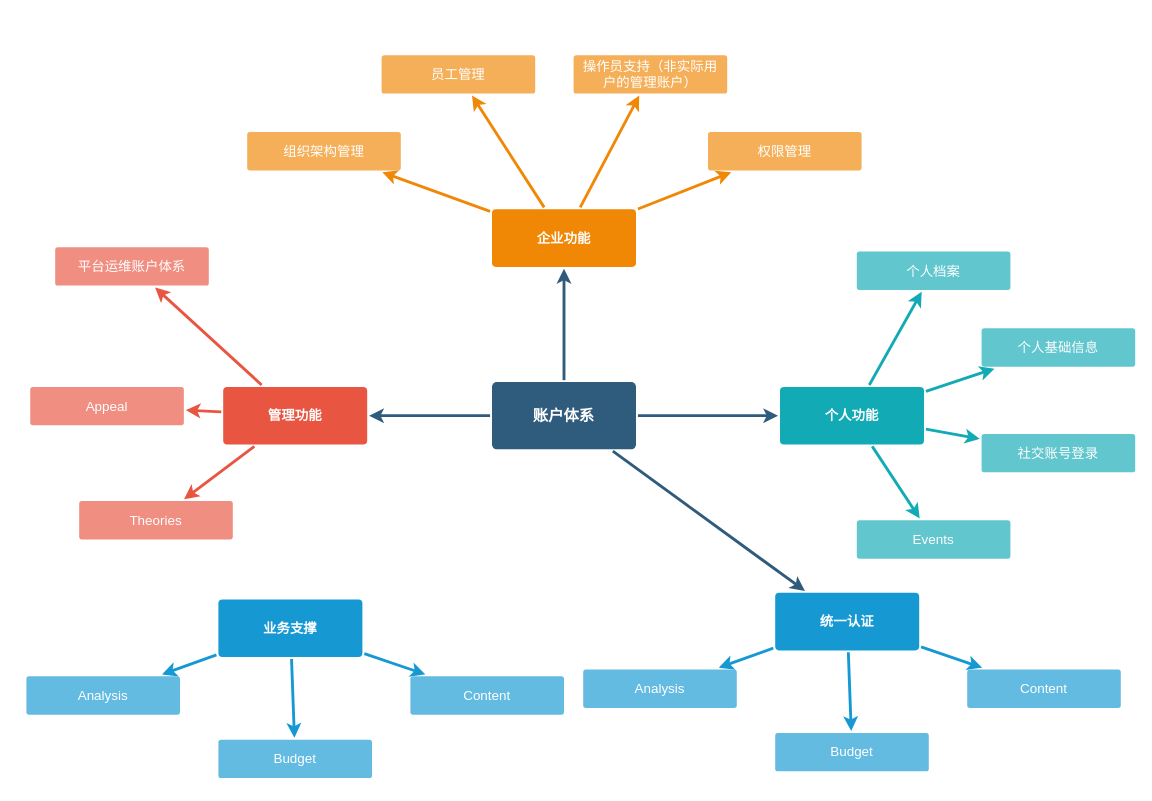
scalable-t/requirement keeps this draw.io diagram as page "整体需求map" (1 of 2) of account/diagram.drawio. Above is the earlier version. Source tidied: cells renumbered, new cells numbered last; positions are measured from the earlier drawing's top-left corner, leaving out a move shared by most shapes. Both pictures are drawn from the tidied source at 96%, with x=0, y=0 at pixel (26, 55).
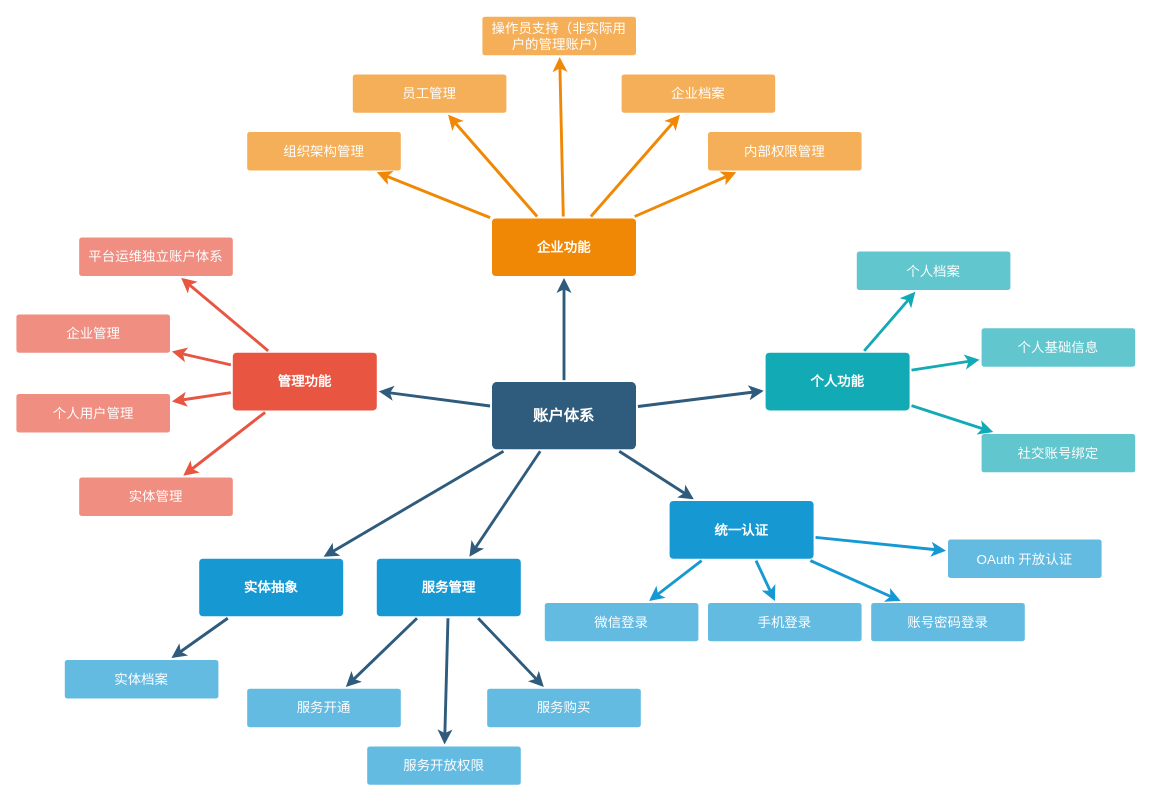
Above is the later version.

Commit message:
完善这个图

Unchanged cells that the change refers to:
```xml
<mxCell id="6" value="账户体系" style="rounded=1;whiteSpace=wrap;html=1;shadow=0;labelBackgroundColor=none;strokeColor=none;strokeWidth=3;fillColor=#2F5B7C;fontFamily=Helvetica;fontSize=16;fontColor=#FFFFFF;align=center;fontStyle=1;spacing=5;arcSize=7;perimeterSpacing=2;" parent="1" vertex="1">
  <mxGeometry x="485" y="340.5" width="150" height="70" as="geometry" />
</mxCell>
```

Change to the diagram source:
```diff
@@
     <mxCell id="10" value="管理功能" style="rounded=1;whiteSpace=wrap;html=1;shadow=0;labelBackgroundColor=none;strokeColor=none;strokeWidth=3;fillColor=#e85642;fontFamily=Helvetica;fontSize=14;fontColor=#FFFFFF;align=center;spacing=5;fontStyle=1;arcSize=7;perimeterSpacing=2;" parent="1" vertex="1">
-      <mxGeometry x="205" y="345.5" width="150" height="60" as="geometry" />
+      <mxGeometry x="215" y="310" width="150" height="60" as="geometry" />
     </mxCell>
-    <mxCell id="11" value="Theories" style="rounded=1;whiteSpace=wrap;html=1;shadow=0;labelBackgroundColor=none;strokeColor=none;strokeWidth=3;fillColor=#f08e81;fontFamily=Helvetica;fontSize=14;fontColor=#FFFFFF;align=center;spacing=5;fontStyle=0;arcSize=7;perimeterSpacing=2;" parent="1" vertex="1">
-      <mxGeometry x="55" y="464.5" width="160" height="40" as="geometry" />
+    <mxCell id="11" value="实体管理" style="rounded=1;whiteSpace=wrap;html=1;shadow=0;labelBackgroundColor=none;strokeColor=none;strokeWidth=3;fillColor=#f08e81;fontFamily=Helvetica;fontSize=14;fontColor=#FFFFFF;align=center;spacing=5;fontStyle=0;arcSize=7;perimeterSpacing=2;" parent="1" vertex="1">
+      <mxGeometry x="55" y="440" width="160" height="40" as="geometry" />
     </mxCell>
-    <mxCell id="12" value="Appeal" style="rounded=1;whiteSpace=wrap;html=1;shadow=0;labelBackgroundColor=none;strokeColor=none;strokeWidth=3;fillColor=#f08e81;fontFamily=Helvetica;fontSize=14;fontColor=#FFFFFF;align=center;spacing=5;fontStyle=0;arcSize=7;perimeterSpacing=2;" parent="1" vertex="1">
-      <mxGeometry x="4" y="345.5" width="160" height="40" as="geometry" />
+    <mxCell id="12" value="企业管理" style="rounded=1;whiteSpace=wrap;html=1;shadow=0;labelBackgroundColor=none;strokeColor=none;strokeWidth=3;fillColor=#f08e81;fontFamily=Helvetica;fontSize=14;fontColor=#FFFFFF;align=center;spacing=5;fontStyle=0;arcSize=7;perimeterSpacing=2;" parent="1" vertex="1">
+      <mxGeometry x="-10.4" y="270" width="160" height="40" as="geometry" />
     </mxCell>
-    <mxCell id="13" value="平台运维账户体系" style="rounded=1;whiteSpace=wrap;html=1;shadow=0;labelBackgroundColor=none;strokeColor=none;strokeWidth=3;fillColor=#f08e81;fontFamily=Helvetica;fontSize=14;fontColor=#FFFFFF;align=center;spacing=5;fontStyle=0;arcSize=7;perimeterSpacing=2;" parent="1" vertex="1">
-      <mxGeometry x="30" y="200" width="160" height="40" as="geometry" />
+    <mxCell id="13" value="平台运维独立账户体系" style="rounded=1;whiteSpace=wrap;html=1;shadow=0;labelBackgroundColor=none;strokeColor=none;strokeWidth=3;fillColor=#f08e81;fontFamily=Helvetica;fontSize=14;fontColor=#FFFFFF;align=center;spacing=5;fontStyle=0;arcSize=7;perimeterSpacing=2;" parent="1" vertex="1">
+      <mxGeometry x="55" y="190" width="160" height="40" as="geometry" />
     </mxCell>
@@
     <mxCell id="17" value="统一认证" style="rounded=1;whiteSpace=wrap;html=1;shadow=0;labelBackgroundColor=none;strokeColor=none;strokeWidth=3;fillColor=#1699d3;fontFamily=Helvetica;fontSize=14;fontColor=#FFFFFF;align=center;spacing=5;fontStyle=1;arcSize=7;perimeterSpacing=2;" parent="1" vertex="1">
-      <mxGeometry x="780" y="560" width="150" height="60" as="geometry" />
+      <mxGeometry x="670" y="464.5" width="150" height="60" as="geometry" />
     </mxCell>
-    <mxCell id="18" value="Content" style="rounded=1;whiteSpace=wrap;html=1;shadow=0;labelBackgroundColor=none;strokeColor=none;strokeWidth=3;fillColor=#64bbe2;fontFamily=Helvetica;fontSize=14;fontColor=#FFFFFF;align=center;spacing=5;arcSize=7;perimeterSpacing=2;" parent="1" vertex="1">
-      <mxGeometry x="980" y="640" width="160" height="40" as="geometry" />
+    <mxCell id="18" value="账号密码登录" style="rounded=1;whiteSpace=wrap;html=1;shadow=0;labelBackgroundColor=none;strokeColor=none;strokeWidth=3;fillColor=#64bbe2;fontFamily=Helvetica;fontSize=14;fontColor=#FFFFFF;align=center;spacing=5;arcSize=7;perimeterSpacing=2;" parent="1" vertex="1">
+      <mxGeometry x="880" y="570.5" width="160" height="40" as="geometry" />
     </mxCell>
-    <mxCell id="19" value="Budget" style="rounded=1;whiteSpace=wrap;html=1;shadow=0;labelBackgroundColor=none;strokeColor=none;strokeWidth=3;fillColor=#64bbe2;fontFamily=Helvetica;fontSize=14;fontColor=#FFFFFF;align=center;spacing=5;arcSize=7;perimeterSpacing=2;" parent="1" vertex="1">
-      <mxGeometry x="780" y="706" width="160" height="40" as="geometry" />
+    <mxCell id="19" value="手机登录" style="rounded=1;whiteSpace=wrap;html=1;shadow=0;labelBackgroundColor=none;strokeColor=none;strokeWidth=3;fillColor=#64bbe2;fontFamily=Helvetica;fontSize=14;fontColor=#FFFFFF;align=center;spacing=5;arcSize=7;perimeterSpacing=2;" parent="1" vertex="1">
+      <mxGeometry x="710" y="570.5" width="160" height="40" as="geometry" />
     </mxCell>
-    <mxCell id="20" value="Analysis" style="rounded=1;whiteSpace=wrap;html=1;shadow=0;labelBackgroundColor=none;strokeColor=none;strokeWidth=3;fillColor=#64bbe2;fontFamily=Helvetica;fontSize=14;fontColor=#FFFFFF;align=center;spacing=5;arcSize=7;perimeterSpacing=2;" parent="1" vertex="1">
-      <mxGeometry x="580" y="640" width="160" height="40" as="geometry" />
+    <mxCell id="20" value="微信登录" style="rounded=1;whiteSpace=wrap;html=1;shadow=0;labelBackgroundColor=none;strokeColor=none;strokeWidth=3;fillColor=#64bbe2;fontFamily=Helvetica;fontSize=14;fontColor=#FFFFFF;align=center;spacing=5;arcSize=7;perimeterSpacing=2;" parent="1" vertex="1">
+      <mxGeometry x="540" y="570.5" width="160" height="40" as="geometry" />
     </mxCell>
     <mxCell id="21" value="企业功能" style="rounded=1;whiteSpace=wrap;html=1;shadow=0;labelBackgroundColor=none;strokeColor=none;strokeWidth=3;fillColor=#F08705;fontFamily=Helvetica;fontSize=14;fontColor=#FFFFFF;align=center;spacing=5;fontStyle=1;arcSize=7;perimeterSpacing=2;" parent="1" vertex="1">
-      <mxGeometry x="485" y="160.5" width="150" height="60" as="geometry" />
+      <mxGeometry x="485" y="170" width="150" height="60" as="geometry" />
     </mxCell>
     <mxCell id="22" value="操作员支持（非实际用户的管理账户）" style="rounded=1;whiteSpace=wrap;html=1;shadow=0;labelBackgroundColor=none;strokeColor=none;strokeWidth=3;fillColor=#f5af58;fontFamily=Helvetica;fontSize=14;fontColor=#FFFFFF;align=center;spacing=5;arcSize=7;perimeterSpacing=2;" parent="1" vertex="1">
-      <mxGeometry x="570" width="160" height="40" as="geometry" />
+      <mxGeometry x="475" y="-40" width="160" height="40" as="geometry" />
     </mxCell>
@@
     <mxCell id="24" value="员工管理" style="rounded=1;whiteSpace=wrap;html=1;shadow=0;labelBackgroundColor=none;strokeColor=none;strokeWidth=3;fillColor=#f5af58;fontFamily=Helvetica;fontSize=14;fontColor=#FFFFFF;align=center;spacing=5;arcSize=7;perimeterSpacing=2;" parent="1" vertex="1">
-      <mxGeometry x="370" width="160" height="40" as="geometry" />
+      <mxGeometry x="340" y="20" width="160" height="40" as="geometry" />
     </mxCell>
@@
     <mxCell id="28" value="个人功能" style="rounded=1;whiteSpace=wrap;html=1;shadow=0;labelBackgroundColor=none;strokeColor=none;strokeWidth=3;fillColor=#12aab5;fontFamily=Helvetica;fontSize=14;fontColor=#FFFFFF;align=center;spacing=5;fontStyle=1;arcSize=7;perimeterSpacing=2;" parent="1" vertex="1">
-      <mxGeometry x="785" y="345.5" width="150" height="60" as="geometry" />
+      <mxGeometry x="770" y="310" width="150" height="60" as="geometry" />
     </mxCell>
-    <mxCell id="29" value="Events" style="rounded=1;whiteSpace=wrap;html=1;shadow=0;labelBackgroundColor=none;strokeColor=none;strokeWidth=3;fillColor=#61c6ce;fontFamily=Helvetica;fontSize=14;fontColor=#FFFFFF;align=center;spacing=5;fontStyle=0;arcSize=7;perimeterSpacing=2;" parent="1" vertex="1">
-      <mxGeometry x="865" y="484.5" width="160" height="40" as="geometry" />
-    </mxCell>
-    <mxCell id="30" style="edgeStyle=none;rounded=1;jumpStyle=none;html=1;shadow=0;labelBackgroundColor=none;startArrow=none;startFill=0;jettySize=auto;strokeColor=#12AAB5;strokeWidth=3;fontFamily=Helvetica;fontSize=14;fontColor=#FFFFFF;spacing=5;fontStyle=1;fillColor=#b0e3e6;" parent="1" edge="1" source="28" target="29">
-      <mxGeometry relative="1" as="geometry" />
-    </mxCell>
-    <mxCell id="31" value="社交账号登录" style="rounded=1;whiteSpace=wrap;html=1;shadow=0;labelBackgroundColor=none;strokeColor=none;strokeWidth=3;fillColor=#61c6ce;fontFamily=Helvetica;fontSize=14;fontColor=#FFFFFF;align=center;spacing=5;fontStyle=0;arcSize=7;perimeterSpacing=2;" parent="1" vertex="1">
+    <mxCell id="31" value="社交账号绑定" style="rounded=1;whiteSpace=wrap;html=1;shadow=0;labelBackgroundColor=none;strokeColor=none;strokeWidth=3;fillColor=#61c6ce;fontFamily=Helvetica;fontSize=14;fontColor=#FFFFFF;align=center;spacing=5;fontStyle=0;arcSize=7;perimeterSpacing=2;" parent="1" vertex="1">
       <mxGeometry x="995" y="394.5" width="160" height="40" as="geometry" />
     </mxCell>
@@
-    <mxCell id="37" value="权限管理" style="rounded=1;whiteSpace=wrap;html=1;shadow=0;labelBackgroundColor=none;strokeColor=none;strokeWidth=3;fillColor=#f5af58;fontFamily=Helvetica;fontSize=14;fontColor=#FFFFFF;align=center;spacing=5;arcSize=7;perimeterSpacing=2;" parent="1" vertex="1">
+    <mxCell id="37" value="内部权限管理" style="rounded=1;whiteSpace=wrap;html=1;shadow=0;labelBackgroundColor=none;strokeColor=none;strokeWidth=3;fillColor=#f5af58;fontFamily=Helvetica;fontSize=14;fontColor=#FFFFFF;align=center;spacing=5;arcSize=7;perimeterSpacing=2;" parent="1" vertex="1">
       <mxGeometry x="710" y="80" width="160" height="40" as="geometry" />
     </mxCell>
@@
-    <mxCell id="39" style="edgeStyle=none;rounded=0;jumpStyle=none;html=1;shadow=0;labelBackgroundColor=none;startArrow=none;startFill=0;endArrow=classic;endFill=1;jettySize=auto;strokeColor=#1699D3;strokeWidth=3;fontFamily=Helvetica;fontSize=14;fontColor=#FFFFFF;spacing=5;" parent="1" edge="1" source="45" target="44">
-      <mxGeometry relative="1" as="geometry" />
-    </mxCell>
-    <mxCell id="40" style="edgeStyle=none;rounded=0;jumpStyle=none;html=1;shadow=0;labelBackgroundColor=none;startArrow=none;startFill=0;endArrow=classic;endFill=1;jettySize=auto;strokeColor=#1699D3;strokeWidth=3;fontFamily=Helvetica;fontSize=14;fontColor=#FFFFFF;spacing=5;" parent="1" edge="1" source="45" target="43">
-      <mxGeometry relative="1" as="geometry" />
-    </mxCell>
-    <mxCell id="41" style="edgeStyle=none;rounded=0;jumpStyle=none;html=1;shadow=0;labelBackgroundColor=none;startArrow=none;startFill=0;endArrow=classic;endFill=1;jettySize=auto;strokeColor=#1699D3;strokeWidth=3;fontFamily=Helvetica;fontSize=14;fontColor=#FFFFFF;spacing=5;" parent="1" edge="1" source="45" target="42">
-      <mxGeometry relative="1" as="geometry" />
-    </mxCell>
-    <mxCell id="42" value="Content" style="rounded=1;whiteSpace=wrap;html=1;shadow=0;labelBackgroundColor=none;strokeColor=none;strokeWidth=3;fillColor=#64bbe2;fontFamily=Helvetica;fontSize=14;fontColor=#FFFFFF;align=center;spacing=5;arcSize=7;perimeterSpacing=2;" parent="1" vertex="1">
-      <mxGeometry x="400" y="647" width="160" height="40" as="geometry" />
-    </mxCell>
-    <mxCell id="43" value="Budget" style="rounded=1;whiteSpace=wrap;html=1;shadow=0;labelBackgroundColor=none;strokeColor=none;strokeWidth=3;fillColor=#64bbe2;fontFamily=Helvetica;fontSize=14;fontColor=#FFFFFF;align=center;spacing=5;arcSize=7;perimeterSpacing=2;" parent="1" vertex="1">
-      <mxGeometry x="200" y="713" width="160" height="40" as="geometry" />
-    </mxCell>
-    <mxCell id="44" value="Analysis" style="rounded=1;whiteSpace=wrap;html=1;shadow=0;labelBackgroundColor=none;strokeColor=none;strokeWidth=3;fillColor=#64bbe2;fontFamily=Helvetica;fontSize=14;fontColor=#FFFFFF;align=center;spacing=5;arcSize=7;perimeterSpacing=2;" parent="1" vertex="1">
-      <mxGeometry y="647" width="160" height="40" as="geometry" />
-    </mxCell>
-    <mxCell id="45" value="业务支撑" style="rounded=1;whiteSpace=wrap;html=1;shadow=0;labelBackgroundColor=none;strokeColor=none;strokeWidth=3;fillColor=#1699d3;fontFamily=Helvetica;fontSize=14;fontColor=#FFFFFF;align=center;spacing=5;fontStyle=1;arcSize=7;perimeterSpacing=2;" parent="1" vertex="1">
-      <mxGeometry x="200" y="567" width="150" height="60" as="geometry" />
+    <mxCell id="45" value="实体抽象" style="rounded=1;whiteSpace=wrap;html=1;shadow=0;labelBackgroundColor=none;strokeColor=none;strokeWidth=3;fillColor=#1699d3;fontFamily=Helvetica;fontSize=14;fontColor=#FFFFFF;align=center;spacing=5;fontStyle=1;arcSize=7;perimeterSpacing=2;" parent="1" vertex="1">
+      <mxGeometry x="180" y="524.5" width="150" height="60" as="geometry" />
     </mxCell>
+    <mxCell id="46" style="edgeStyle=none;rounded=0;jumpStyle=none;html=1;shadow=0;labelBackgroundColor=none;startArrow=none;startFill=0;endArrow=classic;endFill=1;jettySize=auto;strokeColor=#2F5B7C;strokeWidth=3;fontFamily=Helvetica;fontSize=16;fontColor=#23445D;spacing=5;" parent="1" edge="1" source="6" target="45">
+      <mxGeometry relative="1" as="geometry" />
+    </mxCell>
+    <mxCell id="47" value="OAuth&amp;nbsp;开放认证" style="rounded=1;whiteSpace=wrap;html=1;shadow=0;labelBackgroundColor=none;strokeColor=none;strokeWidth=3;fillColor=#64bbe2;fontFamily=Helvetica;fontSize=14;fontColor=#FFFFFF;align=center;spacing=5;arcSize=7;perimeterSpacing=2;" parent="1" vertex="1">
+      <mxGeometry x="960" y="504.5" width="160" height="40" as="geometry" />
+    </mxCell>
+    <mxCell id="48" style="edgeStyle=none;rounded=0;jumpStyle=none;html=1;shadow=0;labelBackgroundColor=none;startArrow=none;startFill=0;endArrow=classic;endFill=1;jettySize=auto;strokeColor=#1699D3;strokeWidth=3;fontFamily=Helvetica;fontSize=14;fontColor=#FFFFFF;spacing=5;" parent="1" edge="1" source="17" target="47">
+      <mxGeometry relative="1" as="geometry" />
+    </mxCell>
+    <mxCell id="49" value="个人用户管理" style="rounded=1;whiteSpace=wrap;html=1;shadow=0;labelBackgroundColor=none;strokeColor=none;strokeWidth=3;fillColor=#f08e81;fontFamily=Helvetica;fontSize=14;fontColor=#FFFFFF;align=center;spacing=5;fontStyle=0;arcSize=7;perimeterSpacing=2;" parent="1" vertex="1">
+      <mxGeometry x="-10.4" y="352.9" width="160" height="40" as="geometry" />
+    </mxCell>
+    <mxCell id="50" style="edgeStyle=none;rounded=1;jumpStyle=none;html=1;shadow=0;labelBackgroundColor=none;startArrow=none;startFill=0;jettySize=auto;strokeColor=#E85642;strokeWidth=3;fontFamily=Helvetica;fontSize=14;fontColor=#FFFFFF;spacing=5;fontStyle=1;fillColor=#b0e3e6;" parent="1" edge="1" source="10" target="49">
+      <mxGeometry relative="1" as="geometry" />
+    </mxCell>
+    <mxCell id="51" value="企业档案" style="rounded=1;whiteSpace=wrap;html=1;shadow=0;labelBackgroundColor=none;strokeColor=none;strokeWidth=3;fillColor=#f5af58;fontFamily=Helvetica;fontSize=14;fontColor=#FFFFFF;align=center;spacing=5;arcSize=7;perimeterSpacing=2;" parent="1" vertex="1">
+      <mxGeometry x="620" y="20" width="160" height="40" as="geometry" />
+    </mxCell>
+    <mxCell id="52" style="edgeStyle=none;rounded=0;jumpStyle=none;html=1;shadow=0;labelBackgroundColor=none;startArrow=none;startFill=0;endArrow=classic;endFill=1;jettySize=auto;strokeColor=#F08705;strokeWidth=3;fontFamily=Helvetica;fontSize=14;fontColor=#FFFFFF;spacing=5;" parent="1" edge="1" source="21" target="51">
+      <mxGeometry relative="1" as="geometry" />
+    </mxCell>
+    <mxCell id="53" value="实体档案" style="rounded=1;whiteSpace=wrap;html=1;shadow=0;labelBackgroundColor=none;strokeColor=none;strokeWidth=3;fillColor=#64bbe2;fontFamily=Helvetica;fontSize=14;fontColor=#FFFFFF;align=center;spacing=5;arcSize=7;perimeterSpacing=2;" parent="1" vertex="1">
+      <mxGeometry x="40" y="630" width="160" height="40" as="geometry" />
+    </mxCell>
+    <mxCell id="54" value="服务开通" style="rounded=1;whiteSpace=wrap;html=1;shadow=0;labelBackgroundColor=none;strokeColor=none;strokeWidth=3;fillColor=#64bbe2;fontFamily=Helvetica;fontSize=14;fontColor=#FFFFFF;align=center;spacing=5;arcSize=7;perimeterSpacing=2;" parent="1" vertex="1">
+      <mxGeometry x="230" y="660" width="160" height="40" as="geometry" />
+    </mxCell>
+    <mxCell id="55" style="edgeStyle=none;rounded=0;jumpStyle=none;html=1;shadow=0;labelBackgroundColor=none;startArrow=none;startFill=0;endArrow=classic;endFill=1;jettySize=auto;strokeColor=#2F5B7C;strokeWidth=3;fontFamily=Helvetica;fontSize=16;fontColor=#23445D;spacing=5;" parent="1" edge="1" source="45" target="53">
+      <mxGeometry relative="1" as="geometry" />
+    </mxCell>
+    <mxCell id="56" value="服务管理" style="rounded=1;whiteSpace=wrap;html=1;shadow=0;labelBackgroundColor=none;strokeColor=none;strokeWidth=3;fillColor=#1699d3;fontFamily=Helvetica;fontSize=14;fontColor=#FFFFFF;align=center;spacing=5;fontStyle=1;arcSize=7;perimeterSpacing=2;" parent="1" vertex="1">
+      <mxGeometry x="365" y="524.5" width="150" height="60" as="geometry" />
+    </mxCell>
+    <mxCell id="57" value="服务购买" style="rounded=1;whiteSpace=wrap;html=1;shadow=0;labelBackgroundColor=none;strokeColor=none;strokeWidth=3;fillColor=#64bbe2;fontFamily=Helvetica;fontSize=14;fontColor=#FFFFFF;align=center;spacing=5;arcSize=7;perimeterSpacing=2;" parent="1" vertex="1">
+      <mxGeometry x="480" y="660" width="160" height="40" as="geometry" />
+    </mxCell>
+    <mxCell id="58" value="服务开放权限" style="rounded=1;whiteSpace=wrap;html=1;shadow=0;labelBackgroundColor=none;strokeColor=none;strokeWidth=3;fillColor=#64bbe2;fontFamily=Helvetica;fontSize=14;fontColor=#FFFFFF;align=center;spacing=5;arcSize=7;perimeterSpacing=2;" parent="1" vertex="1">
+      <mxGeometry x="355" y="720" width="160" height="40" as="geometry" />
+    </mxCell>
+    <mxCell id="59" style="edgeStyle=none;rounded=0;jumpStyle=none;html=1;shadow=0;labelBackgroundColor=none;startArrow=none;startFill=0;endArrow=classic;endFill=1;jettySize=auto;strokeColor=#2F5B7C;strokeWidth=3;fontFamily=Helvetica;fontSize=16;fontColor=#23445D;spacing=5;" parent="1" edge="1" source="56" target="54">
+      <mxGeometry relative="1" as="geometry" />
+    </mxCell>
+    <mxCell id="60" style="edgeStyle=none;rounded=0;jumpStyle=none;html=1;shadow=0;labelBackgroundColor=none;startArrow=none;startFill=0;endArrow=classic;endFill=1;jettySize=auto;strokeColor=#2F5B7C;strokeWidth=3;fontFamily=Helvetica;fontSize=16;fontColor=#23445D;spacing=5;" parent="1" edge="1" source="56" target="57">
+      <mxGeometry relative="1" as="geometry" />
+    </mxCell>
+    <mxCell id="61" style="edgeStyle=none;rounded=0;jumpStyle=none;html=1;shadow=0;labelBackgroundColor=none;startArrow=none;startFill=0;endArrow=classic;endFill=1;jettySize=auto;strokeColor=#2F5B7C;strokeWidth=3;fontFamily=Helvetica;fontSize=16;fontColor=#23445D;spacing=5;" parent="1" edge="1" source="56" target="58">
+      <mxGeometry relative="1" as="geometry" />
+    </mxCell>
+    <mxCell id="62" style="edgeStyle=none;rounded=0;jumpStyle=none;html=1;shadow=0;labelBackgroundColor=none;startArrow=none;startFill=0;endArrow=classic;endFill=1;jettySize=auto;strokeColor=#2F5B7C;strokeWidth=3;fontFamily=Helvetica;fontSize=16;fontColor=#23445D;spacing=5;" parent="1" edge="1" source="6" target="56">
+      <mxGeometry relative="1" as="geometry" />
+    </mxCell>
```
